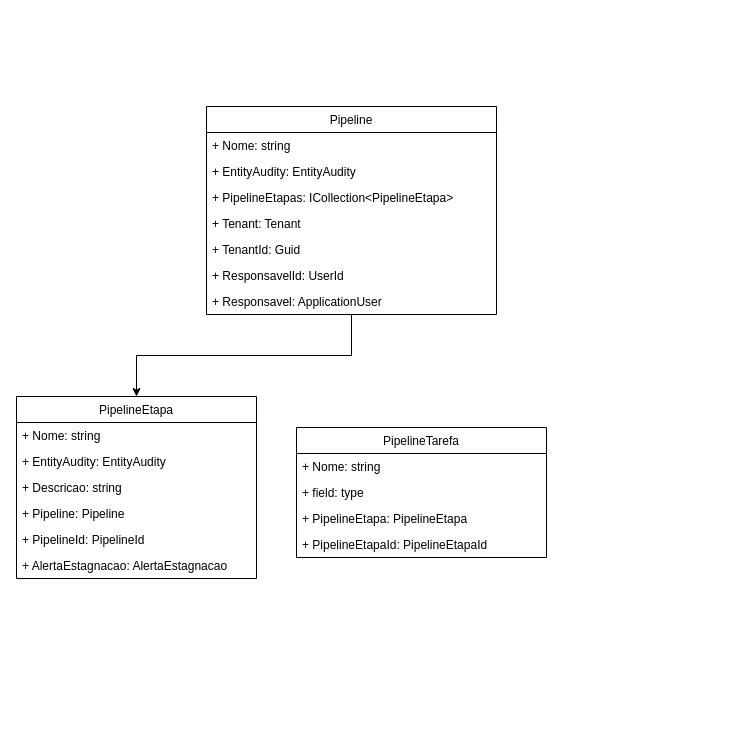
Above: docs/Composição entidade Pipeline e suas relações.drawio in sigespweb22/boxapp-api (draw.io), before the change. Source tidied: cells renumbered, new cells numbered last; positions are measured from the earlier drawing's top-left corner, leaving out a move shared by most shapes. Both pictures are drawn from the tidied source at 100%, with x=0, y=0 at pixel (16, 106).
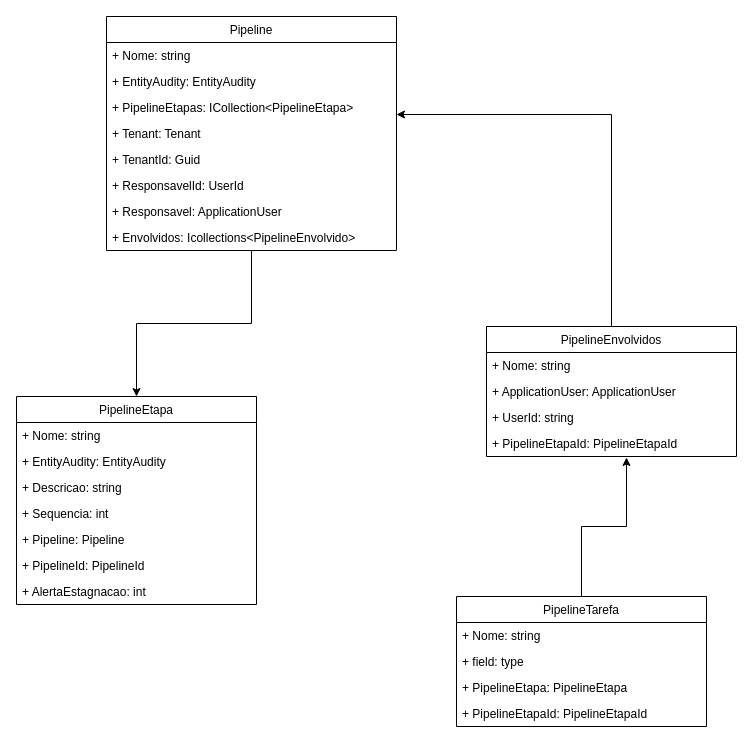
The same diagram, later.

The change refers to these unchanged cells:
```xml
<mxCell id="6" value="+ PipelineEtapas: ICollection&lt;PipelineEtapa&gt;" style="text;strokeColor=none;fillColor=none;align=left;verticalAlign=top;spacingLeft=4;spacingRight=4;overflow=hidden;points=[[0,0.5],[1,0.5]];portConstraint=eastwest;" parent="3" vertex="1">
  <mxGeometry y="78" width="290" height="26" as="geometry" />
</mxCell>
```

What changed in the source:
```diff
@@
     <mxCell id="3" value="Pipeline" style="swimlane;fontStyle=0;horizontal=1;startSize=26;fillColor=none;" parent="1" vertex="1">
-      <mxGeometry x="190" width="290" height="208" as="geometry" />
+      <mxGeometry x="90" y="-90" width="290" height="234" as="geometry" />
     </mxCell>
@@
+    <mxCell id="23" value="+ Envolvidos: Icollections&lt;PipelineEnvolvido&gt;" style="text;strokeColor=none;fillColor=none;align=left;verticalAlign=top;spacingLeft=4;spacingRight=4;overflow=hidden;" parent="3" vertex="1">
+      <mxGeometry y="208" width="290" height="26" as="geometry" />
+    </mxCell>
     <mxCell id="11" value="PipelineEtapa" style="swimlane;fontStyle=0;horizontal=1;startSize=26;fillColor=none;" parent="1" vertex="1">
-      <mxGeometry y="290" width="240" height="182" as="geometry" />
+      <mxGeometry y="290" width="240" height="208" as="geometry" />
     </mxCell>
@@
+    <mxCell id="24" value="+ Sequencia: int" style="text;strokeColor=none;fillColor=none;align=left;verticalAlign=top;spacingLeft=4;spacingRight=4;overflow=hidden;" parent="11" vertex="1">
+      <mxGeometry y="104" width="240" height="26" as="geometry" />
+    </mxCell>
     <mxCell id="15" value="+ Pipeline: Pipeline" style="text;strokeColor=none;fillColor=none;align=left;verticalAlign=top;spacingLeft=4;spacingRight=4;overflow=hidden;" parent="11" vertex="1">
-      <mxGeometry y="104" width="240" height="26" as="geometry" />
+      <mxGeometry y="130" width="240" height="26" as="geometry" />
     </mxCell>
     <mxCell id="16" value="+ PipelineId: PipelineId" style="text;strokeColor=none;fillColor=none;align=left;verticalAlign=top;spacingLeft=4;spacingRight=4;overflow=hidden;" parent="11" vertex="1">
-      <mxGeometry y="130" width="240" height="26" as="geometry" />
+      <mxGeometry y="156" width="240" height="26" as="geometry" />
     </mxCell>
-    <mxCell id="17" value="+ AlertaEstagnacao: AlertaEstagnacao" style="text;strokeColor=none;fillColor=none;align=left;verticalAlign=top;spacingLeft=4;spacingRight=4;overflow=hidden;" parent="11" vertex="1">
-      <mxGeometry y="156" width="240" height="26" as="geometry" />
+    <mxCell id="17" value="+ AlertaEstagnacao: int" style="text;strokeColor=none;fillColor=none;align=left;verticalAlign=top;spacingLeft=4;spacingRight=4;overflow=hidden;" parent="11" vertex="1">
+      <mxGeometry y="182" width="240" height="26" as="geometry" />
     </mxCell>
+    <mxCell id="25" style="edgeStyle=orthogonalEdgeStyle;rounded=0;jettySize=auto;html=1;entryX=0.56;entryY=1.038;entryDx=0;entryDy=0;entryPerimeter=0;" parent="1" edge="1" source="18" target="31">
+      <mxGeometry relative="1" as="geometry" />
+    </mxCell>
     <mxCell id="18" value="PipelineTarefa" style="swimlane;fontStyle=0;horizontal=1;startSize=26;fillColor=none;" parent="1" vertex="1">
-      <mxGeometry x="280" y="321" width="250" height="130" as="geometry" />
+      <mxGeometry x="440" y="490" width="250" height="130" as="geometry" />
     </mxCell>
@@
+    <mxCell id="26" style="edgeStyle=orthogonalEdgeStyle;rounded=0;jettySize=auto;html=1;entryX=1;entryY=0.769;entryDx=0;entryDy=0;entryPerimeter=0;" parent="1" edge="1" source="27" target="6">
+      <mxGeometry relative="1" as="geometry" />
+    </mxCell>
+    <mxCell id="27" value="PipelineEnvolvidos" style="swimlane;fontStyle=0;horizontal=1;startSize=26;fillColor=none;" parent="1" vertex="1">
+      <mxGeometry x="470" y="220" width="250" height="130" as="geometry" />
+    </mxCell>
+    <mxCell id="28" value="+ Nome: string" style="text;strokeColor=none;fillColor=none;align=left;verticalAlign=top;spacingLeft=4;spacingRight=4;overflow=hidden;" parent="27" vertex="1">
+      <mxGeometry y="26" width="250" height="26" as="geometry" />
+    </mxCell>
+    <mxCell id="29" value="+ ApplicationUser: ApplicationUser" style="text;strokeColor=none;fillColor=none;align=left;verticalAlign=top;spacingLeft=4;spacingRight=4;overflow=hidden;" parent="27" vertex="1">
+      <mxGeometry y="52" width="250" height="26" as="geometry" />
+    </mxCell>
+    <mxCell id="30" value="+ UserId: string" style="text;strokeColor=none;fillColor=none;align=left;verticalAlign=top;spacingLeft=4;spacingRight=4;overflow=hidden;" parent="27" vertex="1">
+      <mxGeometry y="78" width="250" height="26" as="geometry" />
+    </mxCell>
+    <mxCell id="31" value="+ PipelineEtapaId: PipelineEtapaId" style="text;strokeColor=none;fillColor=none;align=left;verticalAlign=top;spacingLeft=4;spacingRight=4;overflow=hidden;points=[[0,0.5],[1,0.5]];portConstraint=eastwest;" parent="27" vertex="1">
+      <mxGeometry y="104" width="250" height="26" as="geometry" />
+    </mxCell>
```
